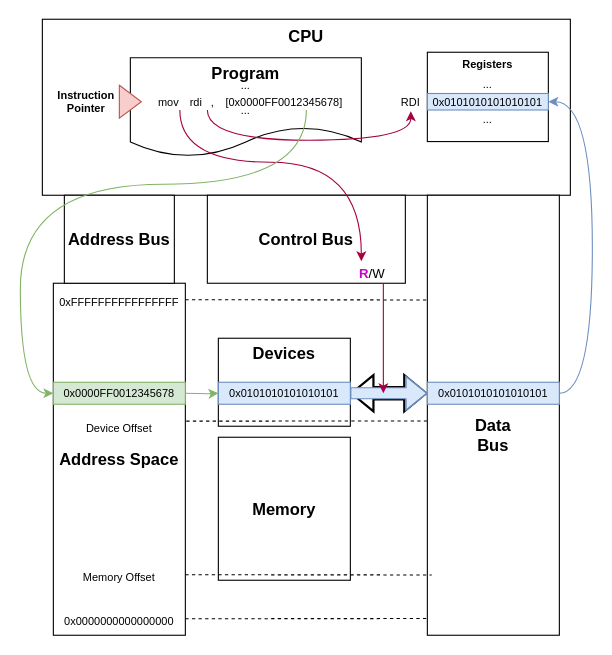
vmuxIO/diagrams keeps this draw.io diagram as page "MMIO" (1 of 2) of mmio_and_pmio.drawio. Above is the earlier version. Source tidied: cells renumbered, new cells numbered last; positions are measured from the earlier drawing's top-left corner, leaving out a move shared by most shapes. Both pictures are drawn from the tidied source at 110%, with x=0, y=0 at pixel (20, 19).
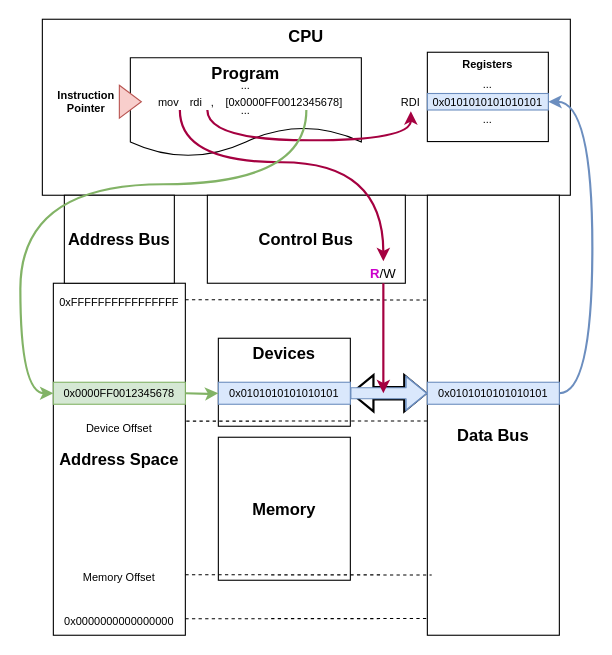
The same diagram, later.

The change refers to these unchanged cells:
```xml
<mxCell id="21" value="&lt;font style=&quot;font-size: 10px;&quot;&gt;0x0101010101010101&lt;/font&gt;" style="rounded=0;whiteSpace=wrap;html=1;fontSize=12;fillColor=#dae8fc;strokeColor=#6c8ebf;" parent="1" vertex="1">
  <mxGeometry x="180" y="330" width="120" height="20" as="geometry" />
</mxCell>
<mxCell id="22" value="&lt;font style=&quot;font-size: 10px;&quot;&gt;0x0000FF0012345678&lt;/font&gt;" style="rounded=0;whiteSpace=wrap;html=1;fontSize=12;fillColor=#d5e8d4;strokeColor=#82b366;" parent="1" vertex="1">
  <mxGeometry x="30" y="330" width="120" height="20" as="geometry" />
</mxCell>
<mxCell id="29" value="mov" style="text;html=1;strokeColor=none;fillColor=none;align=center;verticalAlign=middle;whiteSpace=wrap;rounded=0;fontSize=10;" parent="1" vertex="1">
  <mxGeometry x="120" y="67.5" width="30" height="15" as="geometry" />
</mxCell>
<mxCell id="31" value="rdi" style="text;html=1;strokeColor=none;fillColor=none;align=center;verticalAlign=middle;whiteSpace=wrap;rounded=0;fontSize=10;" parent="1" vertex="1">
  <mxGeometry x="150" y="67.5" width="20" height="15" as="geometry" />
</mxCell>
<mxCell id="32" value="[0x0000FF0012345678]" style="text;html=1;strokeColor=none;fillColor=none;align=center;verticalAlign=middle;whiteSpace=wrap;rounded=0;fontSize=10;" parent="1" vertex="1">
  <mxGeometry x="190" y="67.5" width="100" height="15" as="geometry" />
</mxCell>
<mxCell id="37" value="0x0101010101010101" style="rounded=0;whiteSpace=wrap;html=1;fontSize=10;fillColor=#dae8fc;strokeColor=#6c8ebf;" parent="1" vertex="1">
  <mxGeometry x="370" y="67.5" width="110" height="15" as="geometry" />
</mxCell>
<mxCell id="38" value="RDI" style="text;html=1;strokeColor=none;fillColor=none;align=center;verticalAlign=middle;whiteSpace=wrap;rounded=0;fontSize=10;" parent="1" vertex="1">
  <mxGeometry x="340" y="66.2" width="30" height="17.5" as="geometry" />
</mxCell>
<mxCell id="42" value="&lt;font style=&quot;font-size: 10px;&quot;&gt;0x0101010101010101&lt;/font&gt;" style="rounded=0;whiteSpace=wrap;html=1;fontSize=12;fillColor=#dae8fc;strokeColor=#6c8ebf;" parent="1" vertex="1">
  <mxGeometry x="370" y="330" width="120" height="20" as="geometry" />
</mxCell>
```

What changed in the source:
```diff
@@
-    <mxCell id="5" style="edgeStyle=orthogonalEdgeStyle;rounded=0;jettySize=auto;html=1;entryX=1;entryY=0.5;entryDx=0;entryDy=0;fontSize=10;fontColor=#3399FF;strokeWidth=1;fillColor=#dae8fc;strokeColor=#6c8ebf;curved=1;exitX=1;exitY=0.5;exitDx=0;exitDy=0;" parent="1" edge="1" source="42" target="37">
+    <mxCell id="5" style="edgeStyle=orthogonalEdgeStyle;rounded=0;jettySize=auto;html=1;entryX=1;entryY=0.5;entryDx=0;entryDy=0;fontSize=10;fontColor=#3399FF;strokeWidth=2;fillColor=#dae8fc;strokeColor=#6c8ebf;curved=1;exitX=1;exitY=0.5;exitDx=0;exitDy=0;" parent="1" edge="1" source="42" target="37">
       <mxGeometry relative="1" as="geometry">
         <Array as="points">
           <mxPoint x="520" y="340" />
           <mxPoint x="520" y="75" />
         </Array>
       </mxGeometry>
     </mxCell>
-    <mxCell id="6" value="&lt;div&gt;&lt;br&gt;&lt;/div&gt;&lt;div&gt;&lt;br&gt;&lt;/div&gt;&lt;div&gt;&lt;b&gt;Data&lt;/b&gt;&lt;/div&gt;&lt;div&gt;&lt;b&gt;Bus&lt;br&gt;&lt;/b&gt;&lt;/div&gt;" style="rounded=0;whiteSpace=wrap;html=1;fontSize=15;" parent="1" vertex="1">
+    <mxCell id="6" value="&lt;div&gt;&lt;br&gt;&lt;/div&gt;&lt;div&gt;&lt;br&gt;&lt;/div&gt;&lt;div&gt;&lt;b&gt;Data Bus&lt;br&gt;&lt;/b&gt;&lt;/div&gt;" style="rounded=0;whiteSpace=wrap;html=1;fontSize=15;" parent="1" vertex="1">
       <mxGeometry x="370" y="160" width="120" height="400" as="geometry" />
     </mxCell>
@@
     <mxCell id="19" value="&lt;font style=&quot;font-size: 12px;&quot;&gt;&lt;font color=&quot;#CC00CC&quot;&gt;&lt;b&gt;R&lt;/b&gt;&lt;/font&gt;/W&lt;/font&gt;" style="text;html=1;strokeColor=none;fillColor=none;align=center;verticalAlign=middle;whiteSpace=wrap;rounded=0;fontSize=15;" parent="1" vertex="1">
-      <mxGeometry x="300" y="220" width="40" height="20" as="geometry" />
+      <mxGeometry x="310" y="220" width="40" height="20" as="geometry" />
     </mxCell>
@@
-    <mxCell id="23" style="edgeStyle=orthogonalEdgeStyle;rounded=0;jettySize=auto;html=1;fontSize=10;fontColor=#0000FF;strokeWidth=1;fillColor=#d5e8d4;strokeColor=#82b366;" parent="1" edge="1" target="21">
+    <mxCell id="23" style="edgeStyle=orthogonalEdgeStyle;rounded=0;jettySize=auto;html=1;fontSize=10;fontColor=#0000FF;strokeWidth=2;fillColor=#d5e8d4;strokeColor=#82b366;" parent="1" edge="1" target="21">
       <mxGeometry relative="1" as="geometry">
         <mxPoint x="150" y="340" as="sourcePoint" />
       </mxGeometry>
     </mxCell>
@@
-    <mxCell id="27" style="edgeStyle=orthogonalEdgeStyle;rounded=0;jettySize=auto;html=1;fontSize=12;fillColor=#d80073;strokeColor=#A50040;" parent="1" edge="1" source="19">
+    <mxCell id="27" style="edgeStyle=orthogonalEdgeStyle;rounded=0;jettySize=auto;html=1;fontSize=12;fillColor=#d80073;strokeColor=#A50040;strokeWidth=2;" parent="1" edge="1" source="19">
       <mxGeometry relative="1" as="geometry">
         <mxPoint x="330" y="340" as="targetPoint" />
         <Array as="points">
           <mxPoint x="330" y="290" />
           <mxPoint x="330" y="290" />
         </Array>
       </mxGeometry>
     </mxCell>
-    <mxCell id="28" style="edgeStyle=orthogonalEdgeStyle;rounded=0;jettySize=auto;html=1;entryX=0.25;entryY=0;entryDx=0;entryDy=0;fontSize=10;fontColor=#FF33FF;strokeWidth=1;curved=1;fillColor=#d80073;strokeColor=#A50040;" parent="1" edge="1" source="29" target="19">
+    <mxCell id="28" style="edgeStyle=orthogonalEdgeStyle;rounded=0;jettySize=auto;html=1;entryX=0.5;entryY=0;entryDx=0;entryDy=0;fontSize=10;fontColor=#FF33FF;strokeWidth=2;curved=1;fillColor=#d80073;strokeColor=#A50040;" parent="1" edge="1" source="29" target="19">
       <mxGeometry relative="1" as="geometry">
         <Array as="points">
           <mxPoint x="145" y="130" />
-          <mxPoint x="310" y="130" />
+          <mxPoint x="330" y="130" />
         </Array>
       </mxGeometry>
     </mxCell>
@@
-    <mxCell id="30" style="edgeStyle=orthogonalEdgeStyle;curved=1;rounded=0;jettySize=auto;html=1;fontSize=10;fontColor=#CC00CC;strokeWidth=1;fillColor=#d80073;strokeColor=#A50040;" parent="1" edge="1" source="31" target="38">
+    <mxCell id="30" style="edgeStyle=orthogonalEdgeStyle;curved=1;rounded=0;jettySize=auto;html=1;fontSize=10;fontColor=#CC00CC;strokeWidth=2;fillColor=#d80073;strokeColor=#A50040;" parent="1" edge="1" source="31" target="38">
       <mxGeometry relative="1" as="geometry">
         <Array as="points">
           <mxPoint x="170" y="110" />
           <mxPoint x="355" y="110" />
         </Array>
       </mxGeometry>
     </mxCell>
@@
-    <mxCell id="43" style="edgeStyle=orthogonalEdgeStyle;rounded=0;jettySize=auto;html=1;entryX=0;entryY=0.5;entryDx=0;entryDy=0;fontSize=10;fontColor=#0000FF;strokeWidth=1;fillColor=#d5e8d4;strokeColor=#82b366;curved=1;" parent="1" edge="1" source="32" target="22">
+    <mxCell id="43" style="edgeStyle=orthogonalEdgeStyle;rounded=0;jettySize=auto;html=1;entryX=0;entryY=0.5;entryDx=0;entryDy=0;fontSize=10;fontColor=#0000FF;strokeWidth=2;fillColor=#d5e8d4;strokeColor=#82b366;curved=1;" parent="1" edge="1" source="32" target="22">
       <mxGeometry relative="1" as="geometry">
         <Array as="points">
           <mxPoint x="260" y="150" />
           <mxPoint y="150" />
           <mxPoint y="340" />
         </Array>
       </mxGeometry>
     </mxCell>
```
